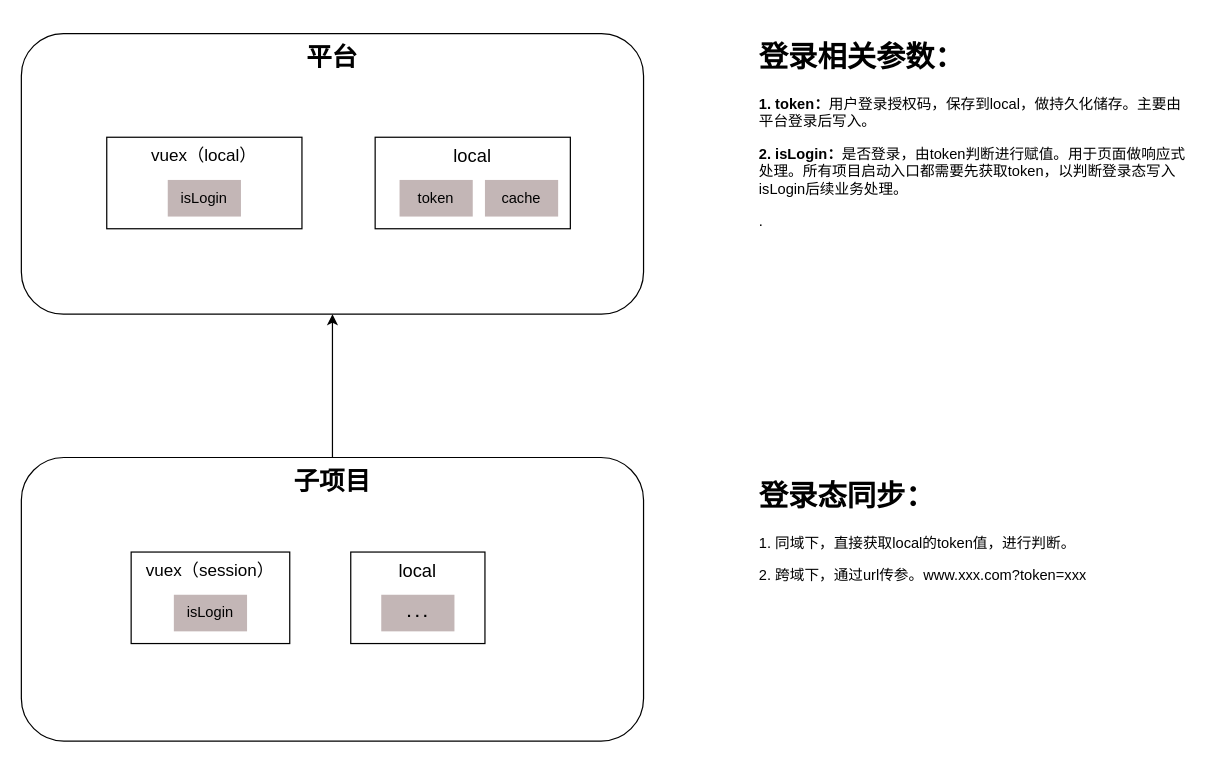
metre/images keeps this draw.io diagram as 登录态图.drawio. Above is the earlier version. Source tidied: cells renumbered, new cells numbered last; positions are measured from the earlier drawing's top-left corner, leaving out a move shared by most shapes. Both pictures are drawn from the tidied source at 122%, with x=0, y=0 at pixel (21, 33).
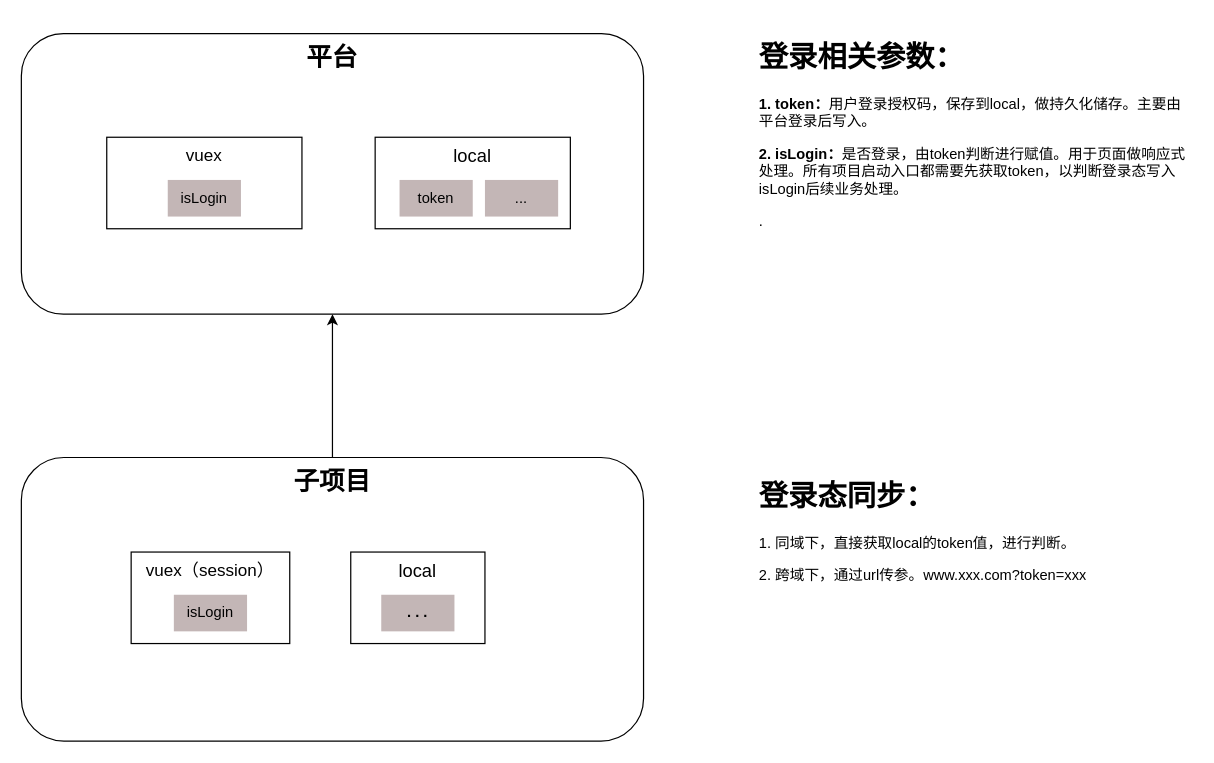
After the change.

Commit message:
更新登录态图.drawio

Change to the diagram source:
```diff
@@
 <mxGraphModel>
   <root>
     <mxCell id="0" />
     <mxCell id="1" parent="0" />
     <mxCell id="2" value="平台" style="rounded=1;whiteSpace=wrap;html=1;fontSize=21;fontStyle=1;verticalAlign=top;" parent="1" vertex="1">
       <mxGeometry width="510" height="230" as="geometry" />
     </mxCell>
-    <mxCell id="3" value="vuex（local）" style="rounded=0;whiteSpace=wrap;html=1;fontSize=14;verticalAlign=top;" parent="1" vertex="1">
+    <mxCell id="3" value="vuex" style="rounded=0;whiteSpace=wrap;html=1;fontSize=14;verticalAlign=top;" parent="1" vertex="1">
       <mxGeometry x="70" y="85" width="160" height="75" as="geometry" />
     </mxCell>
     <mxCell id="4" value="local" style="rounded=0;whiteSpace=wrap;html=1;fontSize=15;verticalAlign=top;" parent="1" vertex="1">
       <mxGeometry x="290" y="85" width="160" height="75" as="geometry" />
     </mxCell>
     <mxCell id="5" value="token" style="text;html=1;strokeColor=none;fillColor=#c3b6b6;align=center;verticalAlign=middle;whiteSpace=wrap;rounded=0;fillStyle=auto;" parent="1" vertex="1">
       <mxGeometry x="310" y="120" width="60" height="30" as="geometry" />
     </mxCell>
     <mxCell id="6" value="isLogin" style="text;html=1;strokeColor=none;fillColor=#c3b6b6;align=center;verticalAlign=middle;whiteSpace=wrap;rounded=0;fillStyle=auto;" parent="1" vertex="1">
       <mxGeometry x="120" y="120" width="60" height="30" as="geometry" />
     </mxCell>
     <mxCell id="7" style="edgeStyle=orthogonalEdgeStyle;rounded=0;jettySize=auto;html=1;entryX=0.5;entryY=1;entryDx=0;entryDy=0;" parent="1" edge="1" source="8" target="2">
       <mxGeometry relative="1" as="geometry" />
     </mxCell>
     <mxCell id="8" value="子项目" style="rounded=1;whiteSpace=wrap;html=1;fontSize=21;fontStyle=1;verticalAlign=top;" parent="1" vertex="1">
       <mxGeometry y="347.5" width="510" height="232.5" as="geometry" />
     </mxCell>
     <mxCell id="9" value="vuex（session）" style="rounded=0;whiteSpace=wrap;html=1;fontSize=14;verticalAlign=top;" parent="1" vertex="1">
       <mxGeometry x="90" y="425" width="130" height="75" as="geometry" />
     </mxCell>
     <mxCell id="10" value="local" style="rounded=0;whiteSpace=wrap;html=1;fontSize=15;verticalAlign=top;" parent="1" vertex="1">
       <mxGeometry x="270" y="425" width="110" height="75" as="geometry" />
     </mxCell>
     <mxCell id="11" value="isLogin" style="text;html=1;strokeColor=none;fillColor=#c3b6b6;align=center;verticalAlign=middle;whiteSpace=wrap;rounded=0;fillStyle=auto;" parent="1" vertex="1">
       <mxGeometry x="125" y="460" width="60" height="30" as="geometry" />
     </mxCell>
     <mxCell id="12" value="&lt;h1&gt;登录相关参数：&lt;/h1&gt;&lt;p&gt;&lt;b&gt;1. token：&lt;/b&gt;用户登录授权码，保存到local，做持久化储存。主要由平台登录后写入。&lt;/p&gt;&lt;p&gt;&lt;b&gt;2. isLogin：&lt;/b&gt;是否登录，由token判断进行赋值。用于页面做响应式处理。所有项目启动入口都需要先获取token，以判断登录态写入isLogin后续业务处理。&lt;/p&gt;&lt;p&gt;.&lt;/p&gt;" style="text;html=1;strokeColor=none;fillColor=none;spacing=5;spacingTop=-20;whiteSpace=wrap;overflow=hidden;rounded=0;" parent="1" vertex="1">
       <mxGeometry x="600" width="360" height="330" as="geometry" />
     </mxCell>
     <mxCell id="13" value=". . ." style="text;html=1;strokeColor=none;fillColor=#c3b6b6;align=center;verticalAlign=middle;whiteSpace=wrap;rounded=0;fillStyle=auto;fontStyle=1;" parent="1" vertex="1">
       <mxGeometry x="295" y="460" width="60" height="30" as="geometry" />
     </mxCell>
-    <mxCell id="14" value="cache" style="text;html=1;strokeColor=none;fillColor=#c3b6b6;align=center;verticalAlign=middle;whiteSpace=wrap;rounded=0;fillStyle=auto;" parent="1" vertex="1">
+    <mxCell id="14" value="..." style="text;html=1;strokeColor=none;fillColor=#c3b6b6;align=center;verticalAlign=middle;whiteSpace=wrap;rounded=0;fillStyle=auto;" parent="1" vertex="1">
       <mxGeometry x="380" y="120" width="60" height="30" as="geometry" />
     </mxCell>
     <mxCell id="15" value="&lt;h1&gt;登录态同步：&lt;/h1&gt;&lt;p&gt;1. 同域下，直接获取local的token值，进行判断。&lt;/p&gt;&lt;p&gt;2. 跨域下，通过url传参。www.xxx.com?token=xxx&lt;/p&gt;" style="text;html=1;strokeColor=none;fillColor=none;spacing=5;spacingTop=-20;whiteSpace=wrap;overflow=hidden;rounded=0;" parent="1" vertex="1">
       <mxGeometry x="600" y="360" width="360" height="120" as="geometry" />
     </mxCell>
   </root>
 </mxGraphModel>
```
